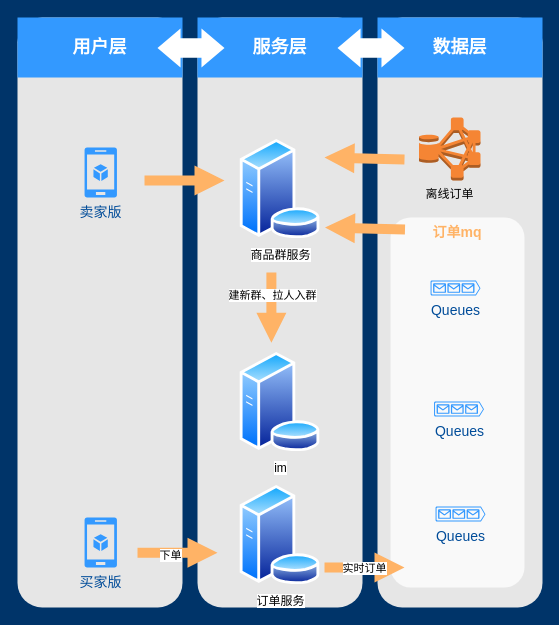
Above: itemGroupArch.drawio in killermyth/Documents (draw.io), before the change. Source tidied: cells renumbered, new cells numbered last; positions are measured from the earlier drawing's top-left corner, leaving out a move shared by most shapes. Both pictures are drawn from the tidied source at 100%, with x=0, y=0 at pixel (17, 17).
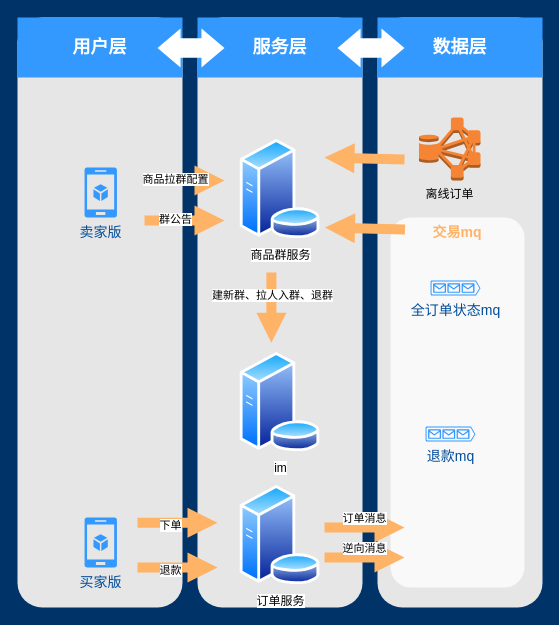
The same page after the edit.

Unchanged cells that the change refers to:
```xml
<mxCell id="12" style="arrow;html=1;endArrow=block;endFill=1;strokeColor=none;strokeWidth=4;fontFamily=Helvetica;fontSize=36;fontColor=#FFB366;fillColor=#FFB366;" parent="1" edge="1">
  <mxGeometry relative="1" as="geometry">
    <mxPoint x="127" y="163" as="sourcePoint" />
    <mxPoint x="207" y="163" as="targetPoint" />
  </mxGeometry>
</mxCell>
<mxCell id="25" style="arrow;html=1;endArrow=block;endFill=1;strokeColor=none;strokeWidth=4;fontFamily=Helvetica;fontSize=36;fontColor=#FFB366;fillColor=#FFB366;opacity=100;exitX=0.545;exitY=0.373;exitDx=0;exitDy=0;exitPerimeter=0;entryX=0.545;entryY=0.478;entryDx=0;entryDy=0;entryPerimeter=0;" parent="1" edge="1">
  <mxGeometry relative="1" as="geometry">
    <mxPoint x="253.9" y="254.9" as="sourcePoint" />
    <mxPoint x="253.9" y="325.3" as="targetPoint" />
  </mxGeometry>
</mxCell>
```

What changed in the source:
```diff
@@
     <mxCell id="10" value="卖家版" style="verticalLabelPosition=bottom;html=1;verticalAlign=top;strokeColor=none;fillColor=#3399FF;shape=mxgraph.azure.mobile_services;dashed=1;fontFamily=Helvetica;fontSize=14;fontColor=#004C99;" parent="1" vertex="1">
-      <mxGeometry x="67" y="130" width="32.5" height="50" as="geometry" />
+      <mxGeometry x="67" y="150" width="32.5" height="50" as="geometry" />
     </mxCell>
-    <mxCell id="11" value="订单mq" style="rounded=1;whiteSpace=wrap;html=1;dashed=1;strokeColor=none;strokeWidth=2;fillColor=#FFFFFF;fontFamily=Helvetica;fontSize=14;fontColor=#FFB366;opacity=75;verticalAlign=top;fontStyle=1;" parent="1" vertex="1">
+    <mxCell id="11" value="交易mq" style="rounded=1;whiteSpace=wrap;html=1;dashed=1;strokeColor=none;strokeWidth=2;fillColor=#FFFFFF;fontFamily=Helvetica;fontSize=14;fontColor=#FFB366;opacity=75;verticalAlign=top;fontStyle=1;" parent="1" vertex="1">
       <mxGeometry x="373" y="200" width="134" height="370" as="geometry" />
     </mxCell>
@@
+    <mxCell id="29" value="商品拉群配置" style="edgeLabel;html=1;align=center;verticalAlign=middle;" parent="12" vertex="1">
+      <mxGeometry x="-0.27" y="2" relative="1" as="geometry">
+        <mxPoint x="1" as="offset" />
+      </mxGeometry>
+    </mxCell>
@@
     <mxCell id="14" style="arrow;html=1;endArrow=block;endFill=1;strokeColor=none;strokeWidth=4;fontFamily=Helvetica;fontSize=36;fontColor=#FFB366;fillColor=#FFB366;" parent="1" edge="1">
       <mxGeometry relative="1" as="geometry">
-        <mxPoint x="307" y="550" as="sourcePoint" />
-        <mxPoint x="387" y="550" as="targetPoint" />
+        <mxPoint x="307" y="510" as="sourcePoint" />
+        <mxPoint x="387" y="510" as="targetPoint" />
       </mxGeometry>
     </mxCell>
-    <mxCell id="15" value="实时订单" style="edgeLabel;html=1;align=center;verticalAlign=middle;" parent="14" vertex="1">
+    <mxCell id="15" value="订单消息" style="edgeLabel;html=1;align=center;verticalAlign=middle;" parent="14" vertex="1">
       <mxGeometry x="-0.06" relative="1" as="geometry">
-        <mxPoint x="1" as="offset" />
+        <mxPoint x="1" y="-10" as="offset" />
       </mxGeometry>
     </mxCell>
@@
     <mxCell id="20" style="arrow;html=1;endArrow=block;endFill=1;strokeColor=none;strokeWidth=4;fontFamily=Helvetica;fontSize=36;fontColor=#FFB366;fillColor=#FFB366;" parent="1" edge="1">
       <mxGeometry relative="1" as="geometry">
-        <mxPoint x="120" y="535.3" as="sourcePoint" />
-        <mxPoint x="200" y="535.3" as="targetPoint" />
+        <mxPoint x="120" y="505.3" as="sourcePoint" />
+        <mxPoint x="200" y="505.3" as="targetPoint" />
       </mxGeometry>
     </mxCell>
@@
-    <mxCell id="22" value="Queues" style="verticalLabelPosition=bottom;html=1;verticalAlign=top;strokeColor=none;fillColor=#3399FF;shape=mxgraph.azure.queue_generic;dashed=1;fontFamily=Helvetica;fontSize=14;fontColor=#004C99;" parent="1" vertex="1">
-      <mxGeometry x="418" y="489" width="50" height="15" as="geometry" />
+    <mxCell id="22" value="退款mq" style="verticalLabelPosition=bottom;html=1;verticalAlign=top;strokeColor=none;fillColor=#3399FF;shape=mxgraph.azure.queue_generic;dashed=1;fontFamily=Helvetica;fontSize=14;fontColor=#004C99;" parent="1" vertex="1">
+      <mxGeometry x="408" y="409" width="50" height="15" as="geometry" />
     </mxCell>
-    <mxCell id="23" value="Queues" style="verticalLabelPosition=bottom;html=1;verticalAlign=top;strokeColor=none;fillColor=#3399FF;shape=mxgraph.azure.queue_generic;dashed=1;fontFamily=Helvetica;fontSize=14;fontColor=#004C99;" parent="1" vertex="1">
-      <mxGeometry x="416.5" y="384" width="50" height="15" as="geometry" />
-    </mxCell>
-    <mxCell id="24" value="Queues" style="verticalLabelPosition=bottom;html=1;verticalAlign=top;strokeColor=none;fillColor=#3399FF;shape=mxgraph.azure.queue_generic;dashed=1;fontFamily=Helvetica;fontSize=14;fontColor=#004C99;" parent="1" vertex="1">
+    <mxCell id="24" value="全订单状态mq" style="verticalLabelPosition=bottom;html=1;verticalAlign=top;strokeColor=none;fillColor=#3399FF;shape=mxgraph.azure.queue_generic;dashed=1;fontFamily=Helvetica;fontSize=14;fontColor=#004C99;" parent="1" vertex="1">
       <mxGeometry x="413" y="263" width="50" height="15" as="geometry" />
     </mxCell>
@@
-    <mxCell id="26" value="建新群、拉人入群" style="edgeLabel;html=1;align=center;verticalAlign=middle;" parent="25" vertex="1">
+    <mxCell id="26" value="建新群、拉人入群、退群" style="edgeLabel;html=1;align=center;verticalAlign=middle;" parent="25" vertex="1">
       <mxGeometry x="-0.33" y="1" relative="1" as="geometry">
         <mxPoint y="-1" as="offset" />
       </mxGeometry>
     </mxCell>
@@
+    <mxCell id="30" style="arrow;html=1;endArrow=block;endFill=1;strokeColor=none;strokeWidth=4;fontFamily=Helvetica;fontSize=36;fontColor=#FFB366;fillColor=#FFB366;" parent="1" edge="1">
+      <mxGeometry relative="1" as="geometry">
+        <mxPoint x="120" y="550" as="sourcePoint" />
+        <mxPoint x="200" y="550" as="targetPoint" />
+      </mxGeometry>
+    </mxCell>
+    <mxCell id="31" value="退款" style="edgeLabel;html=1;align=center;verticalAlign=middle;" parent="30" vertex="1">
+      <mxGeometry x="-0.19" y="-2" relative="1" as="geometry" />
+    </mxCell>
+    <mxCell id="32" style="arrow;html=1;endArrow=block;endFill=1;strokeColor=none;strokeWidth=4;fontFamily=Helvetica;fontSize=36;fontColor=#FFB366;fillColor=#FFB366;" parent="1" edge="1">
+      <mxGeometry relative="1" as="geometry">
+        <mxPoint x="307" y="540" as="sourcePoint" />
+        <mxPoint x="387" y="540" as="targetPoint" />
+      </mxGeometry>
+    </mxCell>
+    <mxCell id="33" value="逆向消息" style="edgeLabel;html=1;align=center;verticalAlign=middle;" parent="32" vertex="1">
+      <mxGeometry x="-0.06" relative="1" as="geometry">
+        <mxPoint x="1" y="-10" as="offset" />
+      </mxGeometry>
+    </mxCell>
+    <mxCell id="34" style="arrow;html=1;endArrow=block;endFill=1;strokeColor=none;strokeWidth=4;fontFamily=Helvetica;fontSize=36;fontColor=#FFB366;fillColor=#FFB366;" parent="1" edge="1">
+      <mxGeometry relative="1" as="geometry">
+        <mxPoint x="127" y="203" as="sourcePoint" />
+        <mxPoint x="207" y="203" as="targetPoint" />
+      </mxGeometry>
+    </mxCell>
+    <mxCell id="35" value="群公告" style="edgeLabel;html=1;align=center;verticalAlign=middle;" parent="34" vertex="1">
+      <mxGeometry x="-0.27" y="2" relative="1" as="geometry">
+        <mxPoint x="1" as="offset" />
+      </mxGeometry>
+    </mxCell>
```
